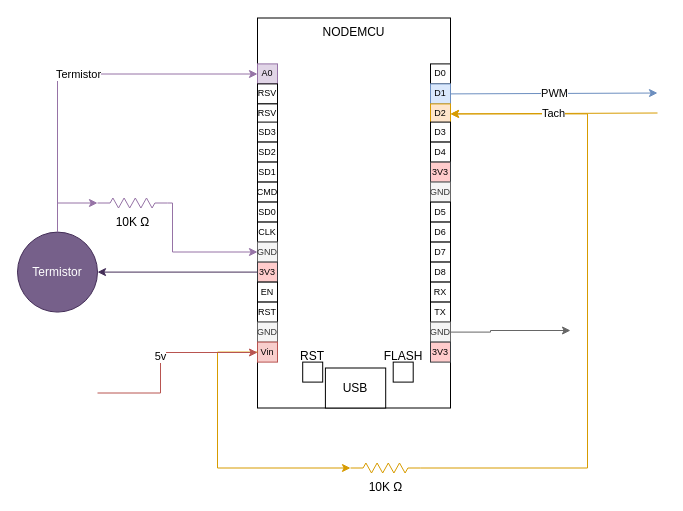
Before: page "Generic" (2 of 3) of Esquema de conexiones.drawio in ianalexis/MicroFanController, a draw.io diagram. Source tidied: cells renumbered, new cells numbered last; positions are measured from the earlier drawing's top-left corner, leaving out a move shared by most shapes. Both pictures are drawn from the tidied source at 100%, with x=0, y=0 at pixel (17, 18).
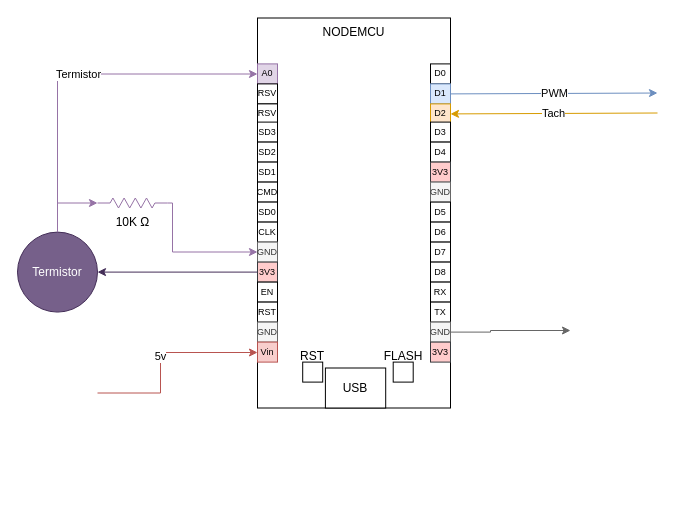
The same diagram, later.

Unchanged cells that the change refers to:
```xml
<mxCell id="7" value="D2" style="rounded=0;whiteSpace=wrap;html=1;fontSize=9;fillColor=#ffe6cc;strokeColor=#d79b00;" parent="3" vertex="1">
  <mxGeometry x="173" y="85.9" width="20" height="20" as="geometry" />
</mxCell>
<mxCell id="34" value="Vin" style="rounded=0;whiteSpace=wrap;html=1;fontSize=9;fillColor=#f8cecc;strokeColor=#b85450;" parent="3" vertex="1">
  <mxGeometry y="324.1" width="20" height="20" as="geometry" />
</mxCell>
```

Diff of the diagram source:
```diff
@@
-    <mxCell id="2" style="edgeStyle=orthogonalEdgeStyle;rounded=0;jettySize=auto;html=1;entryX=1;entryY=0.5;entryDx=0;entryDy=0;fillColor=#ffe6cc;strokeColor=#d79b00;flowAnimation=1;jumpStyle=arc;" parent="1" edge="1" source="43" target="7">
-      <mxGeometry relative="1" as="geometry">
-        <Array as="points">
-          <mxPoint x="570" y="449.5" />
-          <mxPoint x="570" y="95.5" />
-        </Array>
-      </mxGeometry>
-    </mxCell>
@@
-    <mxCell id="43" value="10K Ω" style="verticalLabelPosition=bottom;shadow=0;dashed=0;align=center;html=1;verticalAlign=top;shape=mxgraph.electrical.resistors.resistor_2;fillColor=#ffe6cc;strokeColor=#d79b00;" parent="1" vertex="1">
-      <mxGeometry x="333" y="444.5" width="70" height="10" as="geometry" />
-    </mxCell>
-    <mxCell id="44" style="edgeStyle=orthogonalEdgeStyle;rounded=0;jettySize=auto;html=1;fillColor=#ffe6cc;strokeColor=#d79b00;flowAnimation=1;jumpStyle=arc;" parent="1" edge="1" source="34" target="43">
-      <mxGeometry relative="1" as="geometry">
-        <Array as="points">
-          <mxPoint x="200" y="333.5" />
-          <mxPoint x="200" y="449.5" />
-        </Array>
-      </mxGeometry>
-    </mxCell>
```
